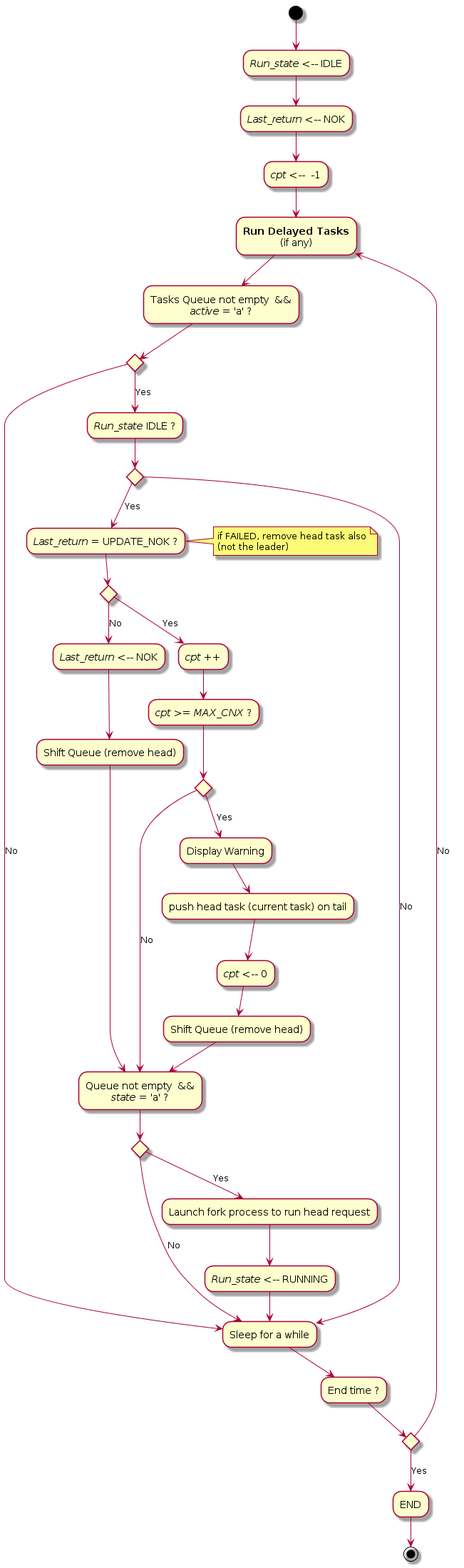
This is doc/UML/Algo_run_tasks_queue.png from tof25/DST, a PlantUML export, as it was before one commit.
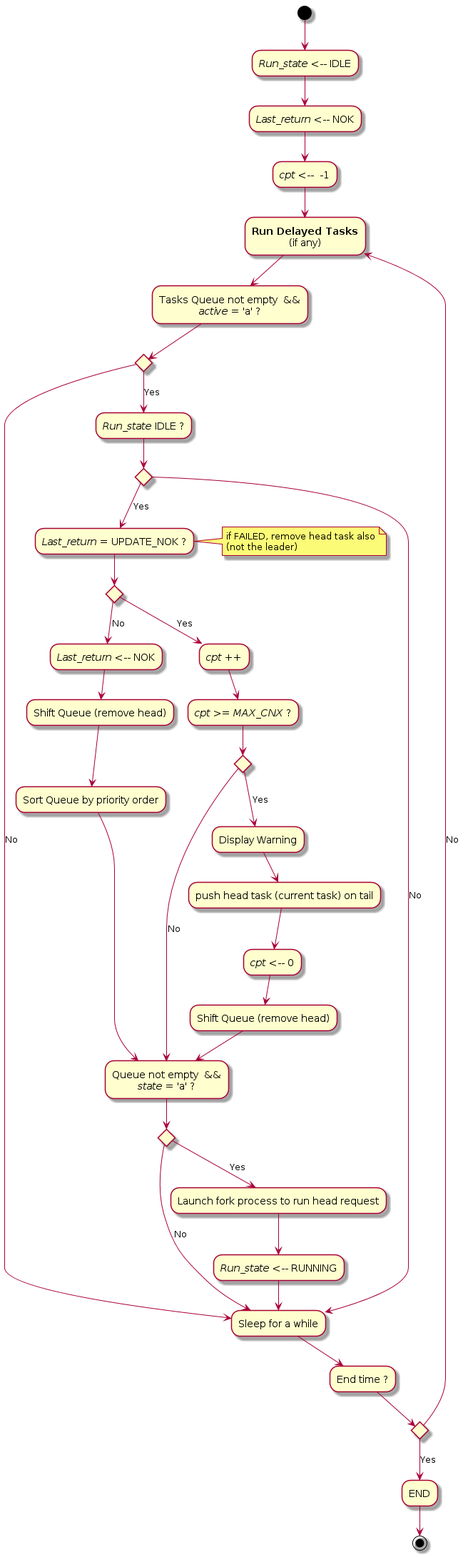
After the commit.

Commit message:
Reprise de l'algo run_tasks_queue avec le tri (en cours)

The edit, as a diff of the source:
```diff
@@ -24,6 +24,7 @@
         if "" then
             -->[No] "<i>Last_return</i> <-- NOK"
             --> "Shift Queue (remove head)" as q3
+            --> "Sort Queue by priority order"
             --> "Queue not empty  &&\n<i>state</i> = 'a' ?" as q2
         else
             -->[Yes] "<i>cpt</i> ++"
```
